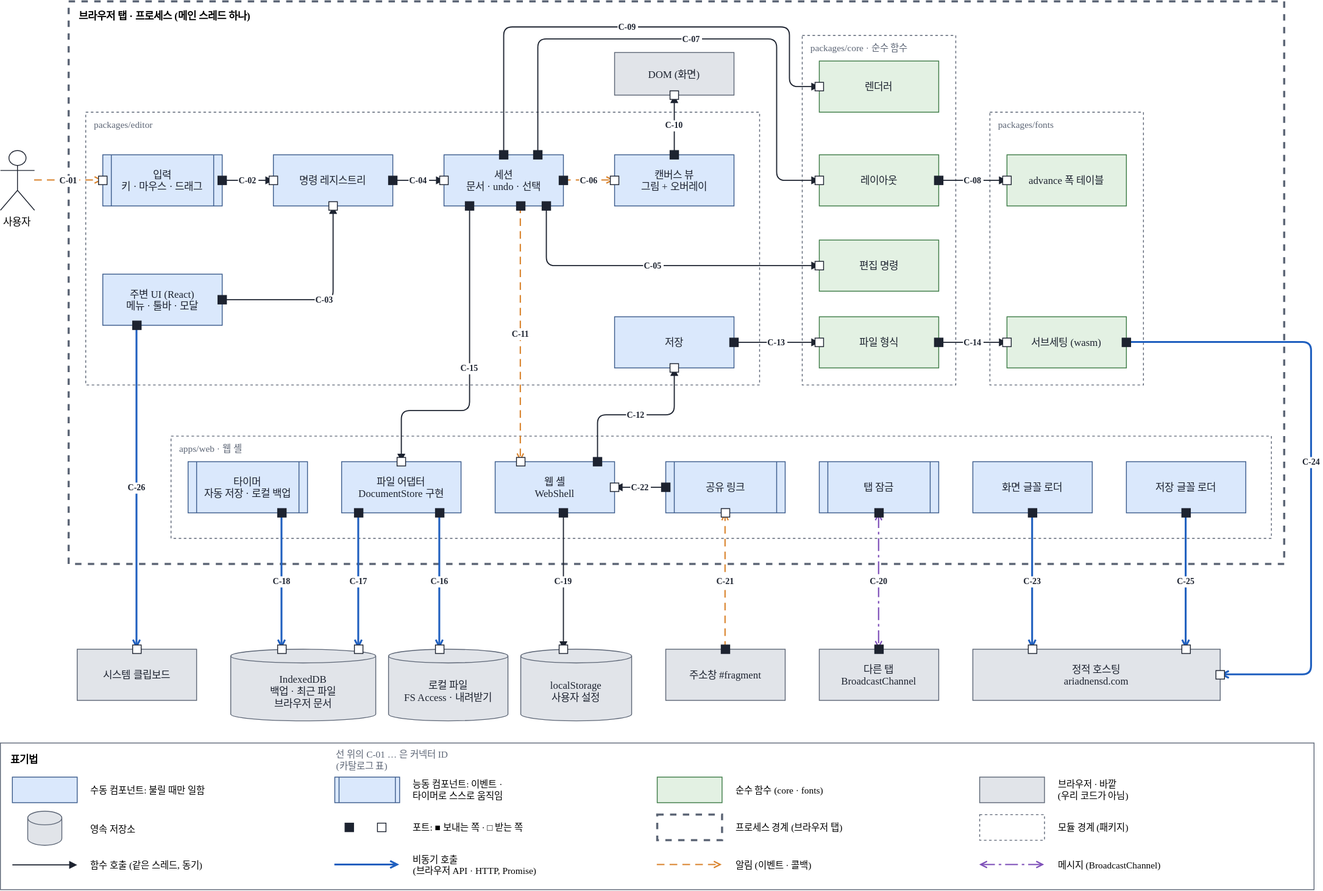
reddiana/AriadneNSD keeps this draw.io diagram as docs/03-architecture/assets/cc-view-web.drawio.svg. Above is the earlier version. Source tidied: cells renumbered, new cells last; positions are measured from the earlier drawing's top-left corner, leaving out a move shared by most shapes.
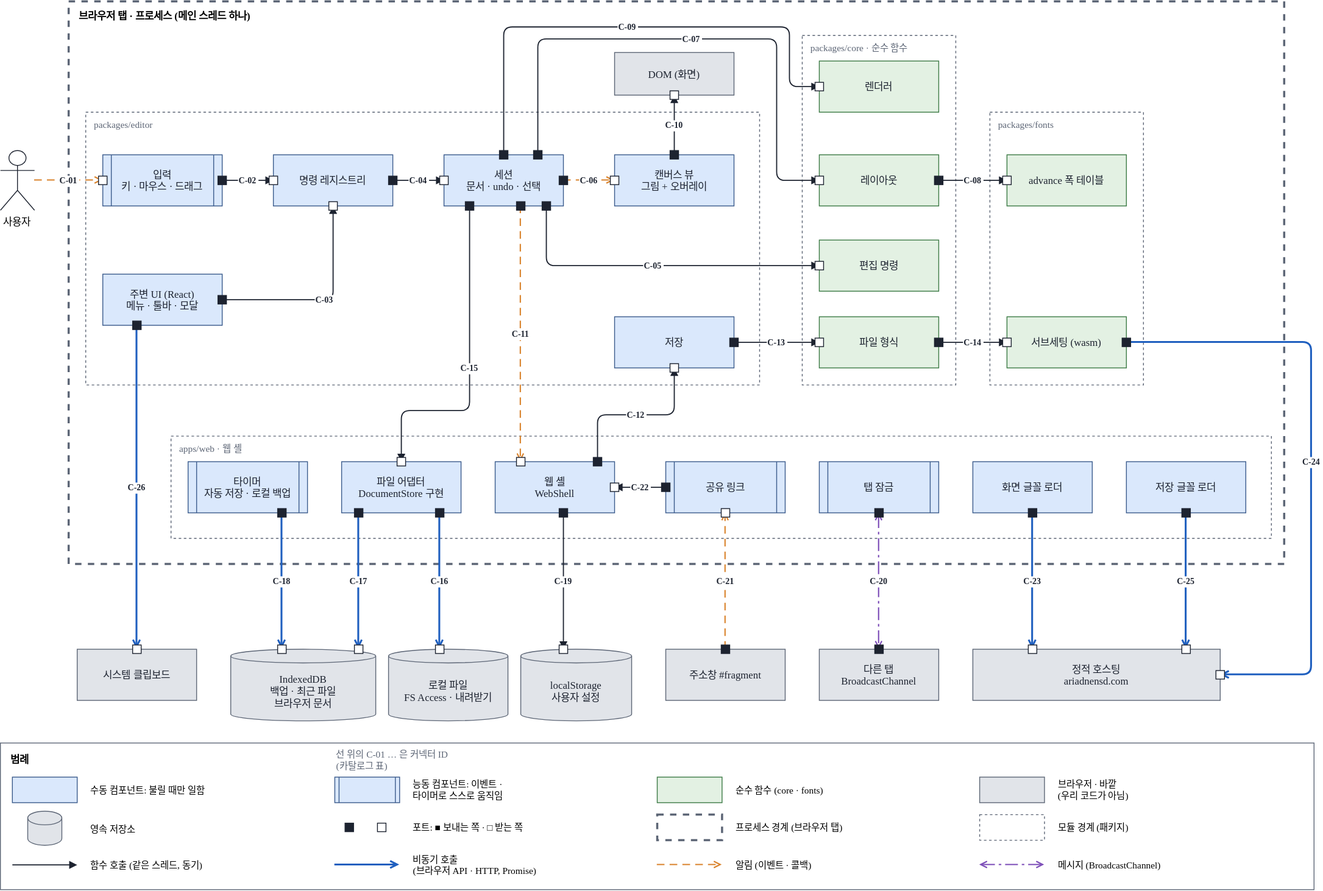
Above is the later version.

Commit message:
docs(architecture): C&C의 표기법을 범례로

Change to the diagram source:
```diff
@@ -437,7 +437,7 @@
     <mxCell id="111" style="rounded=0;strokeColor=#1d2330;fillColor=#ffffff;" parent="1" vertex="1">
       <mxGeometry x="155" y="755" width="10" height="10" as="geometry" />
     </mxCell>
-    <mxCell id="112" value="표기법" style="rounded=0;fillColor=#ffffff;strokeColor=#5d6676;verticalAlign=top;align=left;spacingLeft=10;spacingTop=6;fontStyle=1;fontFamily=Malgun Gothic;fontSize=12;" parent="1" vertex="1">
+    <mxCell id="112" value="범례" style="rounded=0;fillColor=#ffffff;strokeColor=#5d6676;verticalAlign=top;align=left;spacingLeft=10;spacingTop=6;fontStyle=1;fontFamily=Malgun Gothic;fontSize=12;" parent="1" vertex="1">
       <mxGeometry y="870" width="1540" height="172" as="geometry" />
     </mxCell>
     <mxCell id="113" style="rounded=0;html=0;fillColor=#dae8fc;strokeColor=#3b5b8c;fontColor=#1d2330;" parent="1" vertex="1">
```
